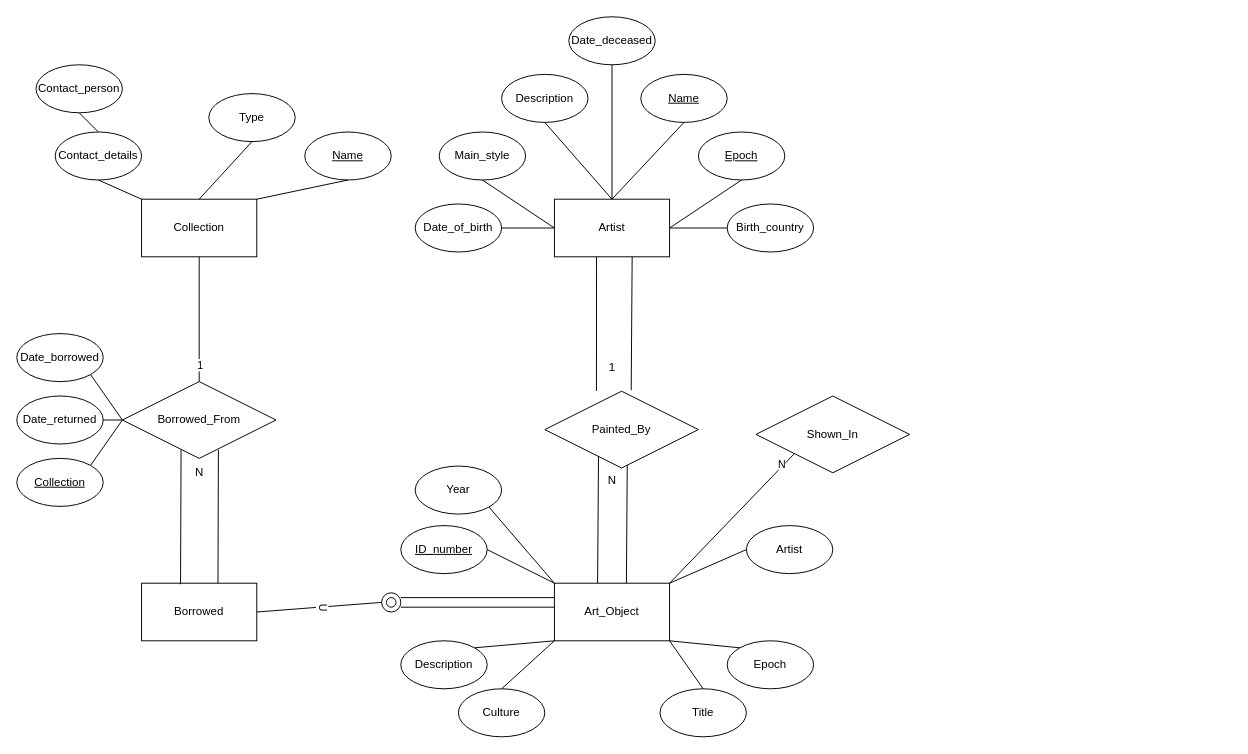
Earlier version of the draw.io diagram Untitled Diagram.drawio (ENSF-300-F23/museum-project-l03-35). Source tidied: cells renumbered, new cells numbered last; positions are measured from the earlier drawing's top-left corner, leaving out a move shared by most shapes. Both pictures are drawn from the tidied source at 96%, with x=0, y=0 at pixel (16, 16).
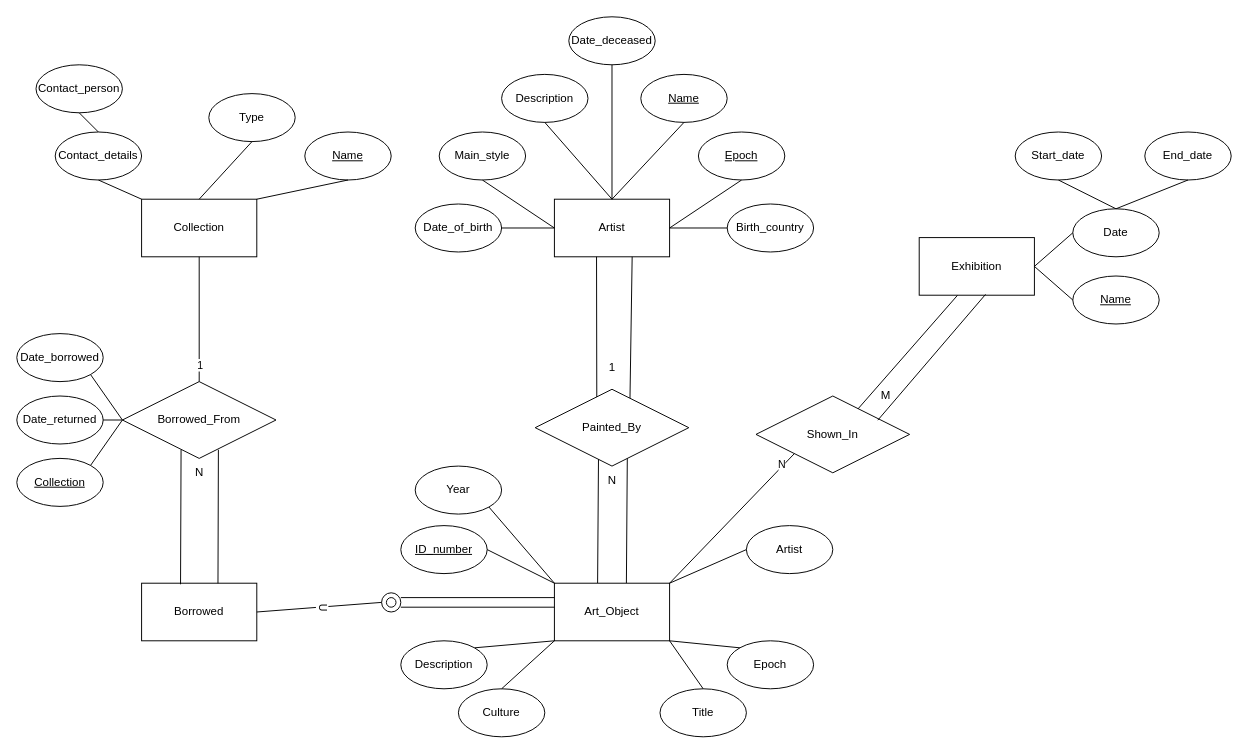
Above is the later version.

Commit message:
Added "Shown in" relationship, added exhibition entity and attributes

Unchanged cells that the change refers to:
```xml
<mxCell id="39" value="Shown_In" style="rhombus;whiteSpace=wrap;html=1;" parent="1" vertex="1">
  <mxGeometry x="770" y="395" width="160" height="80" as="geometry" />
</mxCell>
```

Change to the diagram source:
```diff
@@
-    <mxCell id="40" style="endArrow=none;html=1;rounded=0;entryX=0.371;entryY=0.992;entryDx=0;entryDy=0;entryPerimeter=0;exitX=0.403;exitY=0.115;exitDx=0;exitDy=0;exitPerimeter=0;" parent="1" edge="1">
+    <mxCell id="40" style="endArrow=none;html=1;rounded=0;entryX=0.371;entryY=0.992;entryDx=0;entryDy=0;entryPerimeter=0;exitX=0.401;exitY=0.119;exitDx=0;exitDy=0;exitPerimeter=0;" parent="1" edge="1" source="67">
       <mxGeometry relative="1" as="geometry">
-        <mxPoint x="603.8" y="389.7" as="sourcePoint" />
         <mxPoint x="603.9" y="250" as="targetPoint" />
       </mxGeometry>
     </mxCell>
-    <mxCell id="41" style="endArrow=none;html=1;rounded=0;entryX=0.371;entryY=0.992;entryDx=0;entryDy=0;entryPerimeter=0;exitX=0.403;exitY=0.115;exitDx=0;exitDy=0;exitPerimeter=0;" parent="1" edge="1">
+    <mxCell id="41" style="endArrow=none;html=1;rounded=0;entryX=0.371;entryY=0.992;entryDx=0;entryDy=0;entryPerimeter=0;exitX=0.617;exitY=0.125;exitDx=0;exitDy=0;exitPerimeter=0;" parent="1" edge="1" source="67">
       <mxGeometry relative="1" as="geometry">
-        <mxPoint x="640" y="389" as="sourcePoint" />
         <mxPoint x="641" y="250" as="targetPoint" />
       </mxGeometry>
     </mxCell>
@@
     <mxCell id="67" value="Painted_By" style="rhombus;whiteSpace=wrap;html=1;" parent="1" vertex="1">
-      <mxGeometry x="550" y="390" width="160" height="80" as="geometry" />
+      <mxGeometry x="540" y="388" width="160" height="80" as="geometry" />
     </mxCell>
@@
+    <mxCell id="70" style="endArrow=none;html=1;rounded=0;entryX=0.664;entryY=0.168;entryDx=0;entryDy=0;entryPerimeter=0;" parent="1" edge="1" target="39">
+      <mxGeometry relative="1" as="geometry">
+        <mxPoint x="980" y="290" as="sourcePoint" />
+      </mxGeometry>
+    </mxCell>
+    <mxCell id="71" value="Exhibition" style="rounded=0;whiteSpace=wrap;html=1;" parent="1" vertex="1">
+      <mxGeometry x="940" y="230" width="120" height="60" as="geometry" />
+    </mxCell>
+    <mxCell id="72" style="endArrow=none;html=1;rounded=0;entryX=0.793;entryY=0.315;entryDx=0;entryDy=0;entryPerimeter=0;exitX=0.576;exitY=0.986;exitDx=0;exitDy=0;exitPerimeter=0;" parent="1" edge="1" source="71" target="39">
+      <mxGeometry relative="1" as="geometry" />
+    </mxCell>
+    <mxCell id="73" value="M" style="text;html=1;align=center;verticalAlign=middle;strokeColor=none;fillColor=none;" parent="1" vertex="1">
+      <mxGeometry x="890" y="380" width="30" height="30" as="geometry" />
+    </mxCell>
+    <mxCell id="74" value="Date" style="ellipse;whiteSpace=wrap;html=1;" parent="1" vertex="1">
+      <mxGeometry x="1100" y="200" width="90" height="50" as="geometry" />
+    </mxCell>
+    <mxCell id="75" value="&lt;u&gt;Name&lt;/u&gt;" style="ellipse;whiteSpace=wrap;html=1;" parent="1" vertex="1">
+      <mxGeometry x="1100" y="270" width="90" height="50" as="geometry" />
+    </mxCell>
+    <mxCell id="76" style="endArrow=none;html=1;rounded=0;entryX=1;entryY=0.5;entryDx=0;entryDy=0;exitX=0;exitY=0.5;exitDx=0;exitDy=0;" parent="1" edge="1" source="74" target="71">
+      <mxGeometry relative="1" as="geometry" />
+    </mxCell>
+    <mxCell id="77" style="endArrow=none;html=1;rounded=0;entryX=1;entryY=0.5;entryDx=0;entryDy=0;exitX=0;exitY=0.5;exitDx=0;exitDy=0;" parent="1" edge="1" source="75" target="71">
+      <mxGeometry relative="1" as="geometry" />
+    </mxCell>
+    <mxCell id="78" value="Start_date" style="ellipse;whiteSpace=wrap;html=1;" parent="1" vertex="1">
+      <mxGeometry x="1040" y="120" width="90" height="50" as="geometry" />
+    </mxCell>
+    <mxCell id="79" value="End_date" style="ellipse;whiteSpace=wrap;html=1;" parent="1" vertex="1">
+      <mxGeometry x="1175" y="120" width="90" height="50" as="geometry" />
+    </mxCell>
+    <mxCell id="80" style="endArrow=none;html=1;rounded=0;entryX=0.5;entryY=0;entryDx=0;entryDy=0;exitX=0.5;exitY=1;exitDx=0;exitDy=0;" parent="1" edge="1" source="78" target="74">
+      <mxGeometry relative="1" as="geometry" />
+    </mxCell>
+    <mxCell id="81" style="endArrow=none;html=1;rounded=0;entryX=0.5;entryY=0;entryDx=0;entryDy=0;exitX=0.5;exitY=1;exitDx=0;exitDy=0;" parent="1" edge="1" source="79" target="74">
+      <mxGeometry relative="1" as="geometry" />
+    </mxCell>
```
